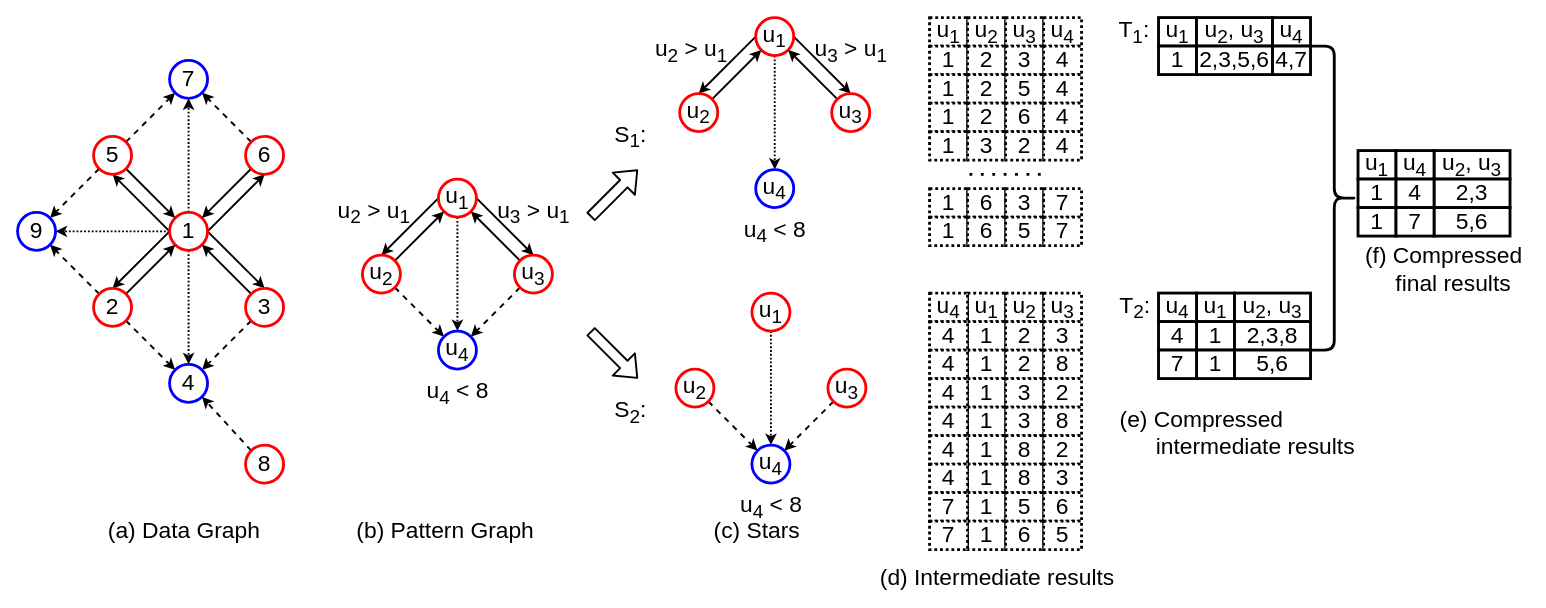
Earlier version of the draw.io diagram img/running_example.drawio (E-Neo/opgm-paper). Source tidied: cells renumbered, new cells numbered last; positions are measured from the earlier drawing's top-left corner, leaving out a move shared by most shapes. Both pictures are drawn from the tidied source at 95%, with x=0, y=0 at pixel (17, 17).
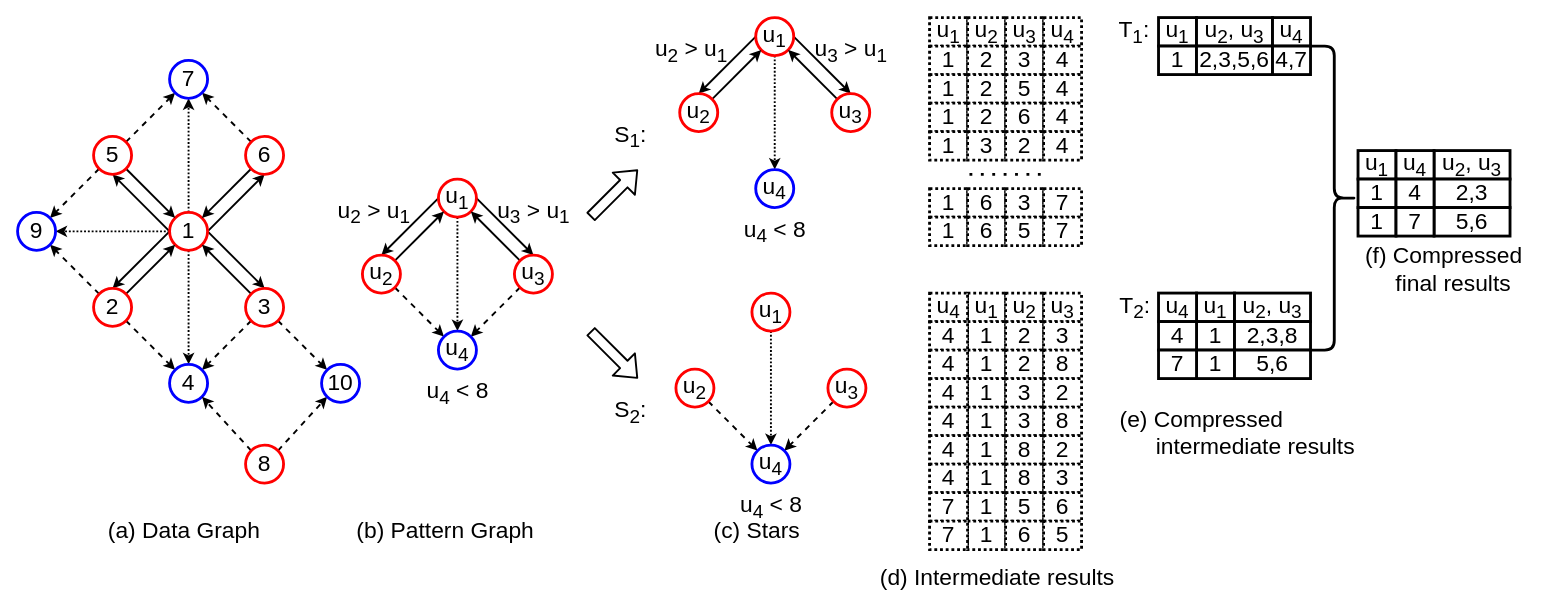
The same page after the edit.

The change refers to these unchanged cells:
```xml
<mxCell id="52" value="&lt;span style=&quot;font-size: 24px&quot;&gt;3&lt;/span&gt;" style="ellipse;whiteSpace=wrap;html=1;strokeColor=#FF0000;strokeWidth=3;" parent="1" vertex="1">
  <mxGeometry x="240" y="285" width="40" height="40" as="geometry" />
</mxCell>
<mxCell id="96" value="&lt;span style=&quot;font-size: 24px&quot;&gt;8&lt;/span&gt;" style="ellipse;whiteSpace=wrap;html=1;strokeColor=#FF0000;strokeWidth=3;" parent="1" vertex="1">
  <mxGeometry x="240" y="450" width="40" height="40" as="geometry" />
</mxCell>
```

Change to the diagram source:
```diff
@@
+    <mxCell id="165" style="edgeStyle=none;rounded=0;jettySize=auto;html=1;exitX=1;exitY=1;exitDx=0;exitDy=0;entryX=0;entryY=0;entryDx=0;entryDy=0;strokeWidth=2;dashed=1;" parent="1" edge="1" source="52" target="167">
+      <mxGeometry relative="1" as="geometry" />
+    </mxCell>
@@
+    <mxCell id="166" style="edgeStyle=none;rounded=0;jettySize=auto;html=1;exitX=1;exitY=0;exitDx=0;exitDy=0;entryX=0;entryY=1;entryDx=0;entryDy=0;dashed=1;strokeWidth=2;" parent="1" edge="1" source="96" target="167">
+      <mxGeometry relative="1" as="geometry" />
+    </mxCell>
@@
+    <mxCell id="167" value="&lt;span style=&quot;font-size: 24px&quot;&gt;10&lt;/span&gt;" style="ellipse;whiteSpace=wrap;html=1;strokeColor=#0000FF;strokeWidth=3;" parent="1" vertex="1">
+      <mxGeometry x="320" y="365" width="40" height="40" as="geometry" />
+    </mxCell>
```
